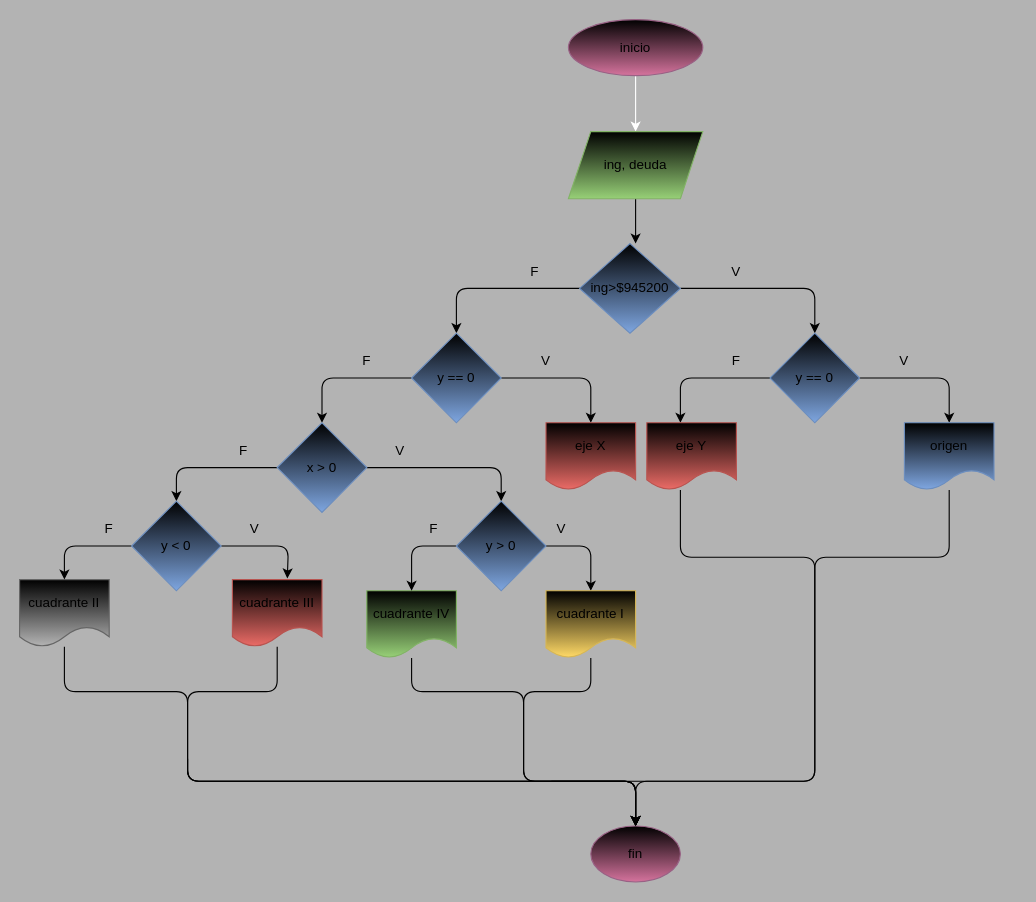
The draw.io diagram ejercicio_2/diagrama.drawio in GeorginaCarvajal/taller_condicionales, before the edit. Source tidied: cells renumbered, new cells numbered last; positions are measured from the earlier drawing's top-left corner, leaving out a move shared by most shapes. Both pictures are drawn from the tidied source at 112%, with x=0, y=0 at pixel (19, 19).
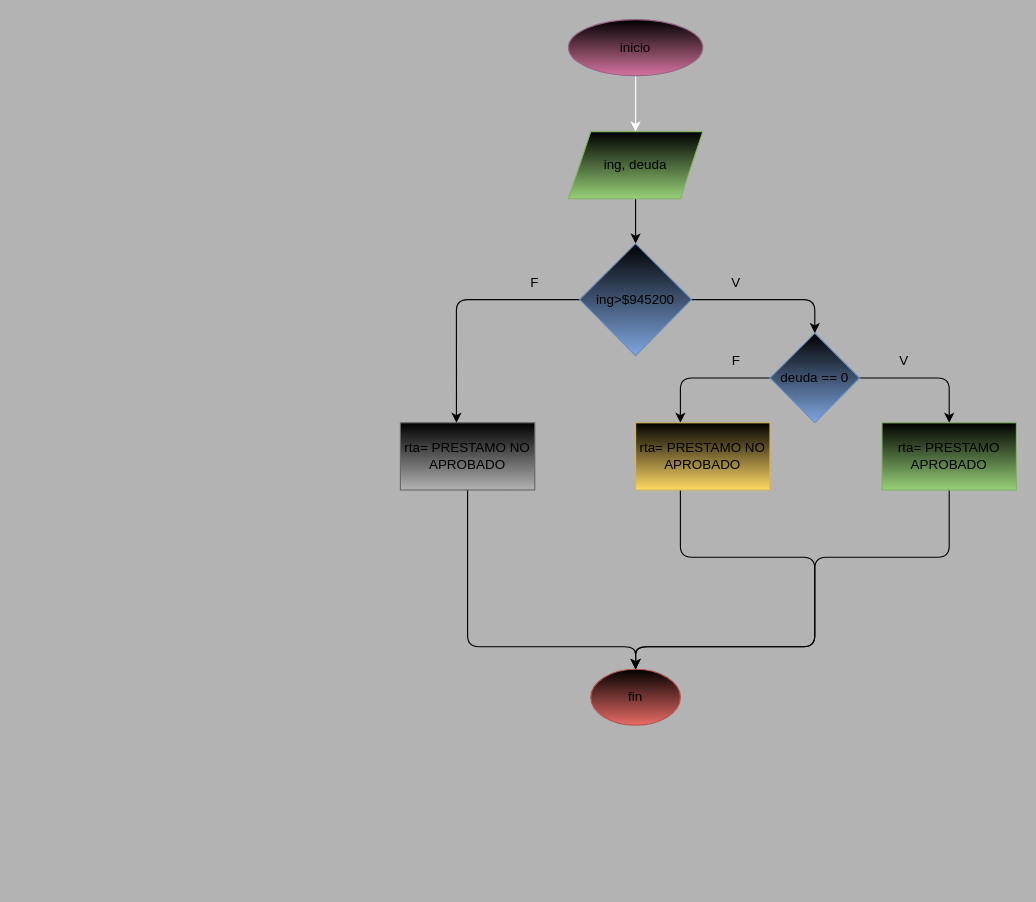
Above is the later version.

Commit message (it also covers changes not shown here):
se creó el diagrama de flujo y se agrego al README

Change to the diagram source:
```diff
@@
-    <mxCell id="6" style="edgeStyle=none;html=1;" parent="1" edge="1">
+    <mxCell id="6" style="edgeStyle=none;html=1;exitX=1;exitY=0.5;exitDx=0;exitDy=0;" parent="1" edge="1" source="26">
       <mxGeometry relative="1" as="geometry">
-        <mxPoint x="590" y="240" as="sourcePoint" />
         <mxPoint x="710" y="280" as="targetPoint" />
         <Array as="points">
-          <mxPoint x="710" y="240" />
+          <mxPoint x="710" y="250" />
         </Array>
       </mxGeometry>
     </mxCell>
-    <mxCell id="7" style="edgeStyle=none;html=1;" parent="1" edge="1">
+    <mxCell id="7" style="edgeStyle=none;html=1;exitX=0;exitY=0.5;exitDx=0;exitDy=0;entryX=0.417;entryY=0;entryDx=0;entryDy=0;entryPerimeter=0;" parent="1" edge="1" source="26" target="54">
       <mxGeometry relative="1" as="geometry">
-        <mxPoint x="510" y="240" as="sourcePoint" />
-        <mxPoint x="390" y="280" as="targetPoint" />
         <Array as="points">
-          <mxPoint x="390" y="240" />
+          <mxPoint x="390" y="250" />
         </Array>
       </mxGeometry>
     </mxCell>
     <mxCell id="8" value="F" style="text;strokeColor=none;align=center;fillColor=none;html=1;verticalAlign=middle;whiteSpace=wrap;rounded=0;" parent="1" vertex="1">
-      <mxGeometry x="430" y="210" width="60" height="30" as="geometry" />
+      <mxGeometry x="430" y="220" width="60" height="30" as="geometry" />
     </mxCell>
     <mxCell id="9" value="V" style="text;strokeColor=none;align=center;fillColor=none;html=1;verticalAlign=middle;whiteSpace=wrap;rounded=0;" parent="1" vertex="1">
-      <mxGeometry x="610" y="210" width="60" height="30" as="geometry" />
+      <mxGeometry x="610" y="220" width="60" height="30" as="geometry" />
     </mxCell>
-    <mxCell id="10" style="edgeStyle=none;html=1;" parent="1" edge="1">
-      <mxGeometry relative="1" as="geometry">
-        <mxPoint x="350" y="320" as="sourcePoint" />
-        <mxPoint x="270" y="360" as="targetPoint" />
-        <Array as="points">
-          <mxPoint x="270" y="320" />
-          <mxPoint x="270" y="360" />
-        </Array>
-      </mxGeometry>
-    </mxCell>
-    <mxCell id="11" style="edgeStyle=none;html=1;" parent="1" edge="1">
-      <mxGeometry relative="1" as="geometry">
-        <mxPoint x="430" y="320" as="sourcePoint" />
-        <mxPoint x="510" y="360" as="targetPoint" />
-        <Array as="points">
-          <mxPoint x="510" y="320" />
-        </Array>
-      </mxGeometry>
-    </mxCell>
-    <mxCell id="12" value="F" style="text;strokeColor=none;align=center;fillColor=none;html=1;verticalAlign=middle;whiteSpace=wrap;rounded=0;" parent="1" vertex="1">
-      <mxGeometry x="280" y="290" width="60" height="30" as="geometry" />
-    </mxCell>
-    <mxCell id="13" value="V" style="text;strokeColor=none;align=center;fillColor=none;html=1;verticalAlign=middle;whiteSpace=wrap;rounded=0;" parent="1" vertex="1">
-      <mxGeometry x="440" y="290" width="60" height="30" as="geometry" />
-    </mxCell>
-    <mxCell id="14" style="edgeStyle=none;html=1;exitX=0;exitY=1;exitDx=0;exitDy=0;entryX=0.5;entryY=0;entryDx=0;entryDy=0;" parent="1" edge="1" source="15" target="29">
-      <mxGeometry relative="1" as="geometry">
-        <Array as="points">
-          <mxPoint x="430" y="400" />
-        </Array>
-      </mxGeometry>
-    </mxCell>
-    <mxCell id="15" value="V" style="text;strokeColor=none;align=center;fillColor=none;html=1;verticalAlign=middle;whiteSpace=wrap;rounded=0;" parent="1" vertex="1">
-      <mxGeometry x="310" y="370" width="60" height="30" as="geometry" />
-    </mxCell>
-    <mxCell id="16" style="edgeStyle=none;html=1;entryX=0.5;entryY=0;entryDx=0;entryDy=0;" parent="1" edge="1" source="35" target="23">
+    <mxCell id="16" style="edgeStyle=none;html=1;entryX=0.5;entryY=0;entryDx=0;entryDy=0;" parent="1" edge="1" target="23">
       <mxGeometry relative="1" as="geometry">
+        <mxPoint x="830" y="420" as="sourcePoint" />
         <Array as="points">
           <mxPoint x="830" y="480" />
           <mxPoint x="710" y="480" />
-          <mxPoint x="710" y="680" />
-          <mxPoint x="470" y="680" />
-          <mxPoint x="550" y="680" />
+          <mxPoint x="710" y="560" />
+          <mxPoint x="550" y="560" />
         </Array>
       </mxGeometry>
     </mxCell>
-    <mxCell id="17" style="edgeStyle=none;html=1;entryX=0.5;entryY=0;entryDx=0;entryDy=0;exitX=0.375;exitY=1;exitDx=0;exitDy=0;exitPerimeter=0;" parent="1" edge="1" source="36" target="23">
+    <mxCell id="17" style="edgeStyle=none;html=1;entryX=0.5;entryY=0;entryDx=0;entryDy=0;exitX=0.375;exitY=1;exitDx=0;exitDy=0;exitPerimeter=0;" parent="1" edge="1" target="23">
       <mxGeometry relative="1" as="geometry">
+        <mxPoint x="590" y="420" as="sourcePoint" />
         <Array as="points">
           <mxPoint x="590" y="480" />
           <mxPoint x="710" y="480" />
-          <mxPoint x="710" y="680" />
-          <mxPoint x="550" y="680" />
+          <mxPoint x="710" y="560" />
+          <mxPoint x="550" y="560" />
         </Array>
       </mxGeometry>
     </mxCell>
-    <mxCell id="18" style="edgeStyle=none;html=1;entryX=0.5;entryY=0;entryDx=0;entryDy=0;" parent="1" edge="1" source="39" target="23">
-      <mxGeometry relative="1" as="geometry">
-        <Array as="points">
-          <mxPoint x="510" y="600" />
-          <mxPoint x="450" y="600" />
-          <mxPoint x="450" y="680" />
-          <mxPoint x="550" y="680" />
-        </Array>
-      </mxGeometry>
-    </mxCell>
-    <mxCell id="19" style="edgeStyle=none;html=1;entryX=0.5;entryY=0;entryDx=0;entryDy=0;" parent="1" edge="1" source="20" target="23">
-      <mxGeometry relative="1" as="geometry">
-        <Array as="points">
-          <mxPoint x="230" y="600" />
-          <mxPoint x="150" y="600" />
-          <mxPoint x="150" y="680" />
-          <mxPoint x="550" y="680" />
-        </Array>
-      </mxGeometry>
-    </mxCell>
-    <mxCell id="20" value="cuadrante III" style="shape=document;whiteSpace=wrap;html=1;boundedLbl=1;fillColor=#000000;gradientColor=#ea6b66;strokeColor=#b85450;" parent="1" vertex="1">
-      <mxGeometry x="190" y="500" width="80" height="60" as="geometry" />
-    </mxCell>
-    <mxCell id="21" style="edgeStyle=none;html=1;entryX=0.5;entryY=0;entryDx=0;entryDy=0;" parent="1" edge="1" source="22" target="23">
-      <mxGeometry relative="1" as="geometry">
-        <Array as="points">
-          <mxPoint x="350" y="600" />
-          <mxPoint x="450" y="600" />
-          <mxPoint x="450" y="680" />
-          <mxPoint x="550" y="680" />
-          <mxPoint x="550" y="700" />
-        </Array>
-      </mxGeometry>
-    </mxCell>
-    <mxCell id="22" value="cuadrante IV" style="shape=document;whiteSpace=wrap;html=1;boundedLbl=1;fillColor=#000000;gradientColor=#97d077;strokeColor=#82b366;" parent="1" vertex="1">
-      <mxGeometry x="310" y="510" width="80" height="60" as="geometry" />
-    </mxCell>
-    <mxCell id="23" value="fin" style="ellipse;whiteSpace=wrap;html=1;fillColor=#000000;gradientColor=#d5739d;strokeColor=#996185;" parent="1" vertex="1">
-      <mxGeometry x="510" y="720" width="80" height="50" as="geometry" />
+    <mxCell id="23" value="fin" style="ellipse;whiteSpace=wrap;html=1;fillColor=#000000;gradientColor=#ea6b66;strokeColor=#b85450;" parent="1" vertex="1">
+      <mxGeometry x="510" y="580" width="80" height="50" as="geometry" />
     </mxCell>
-    <mxCell id="24" style="edgeStyle=none;html=1;entryX=0.5;entryY=0;entryDx=0;entryDy=0;" parent="1" edge="1" target="23">
-      <mxGeometry relative="1" as="geometry">
-        <mxPoint x="150" y="660" as="sourcePoint" />
-        <Array as="points">
-          <mxPoint x="150" y="680" />
-          <mxPoint x="550" y="680" />
-        </Array>
-      </mxGeometry>
-    </mxCell>
-    <mxCell id="25" value="y == 0" style="rhombus;whiteSpace=wrap;html=1;fillColor=#000000;gradientColor=#7ea6e0;strokeColor=#6c8ebf;" parent="1" vertex="1">
-      <mxGeometry x="350" y="280" width="80" height="80" as="geometry" />
-    </mxCell>
     <mxCell id="26" value="ing&amp;gt;$945200" style="rhombus;whiteSpace=wrap;html=1;fillColor=#000000;gradientColor=#7ea6e0;strokeColor=#6c8ebf;" parent="1" vertex="1">
-      <mxGeometry x="500" y="200" width="90" height="80" as="geometry" />
+      <mxGeometry x="500" y="200" width="100" height="100" as="geometry" />
     </mxCell>
-    <mxCell id="27" style="edgeStyle=none;html=1;entryX=0.5;entryY=0;entryDx=0;entryDy=0;" parent="1" edge="1" source="29" target="39">
-      <mxGeometry relative="1" as="geometry">
-        <Array as="points">
-          <mxPoint x="510" y="470" />
-        </Array>
-      </mxGeometry>
-    </mxCell>
-    <mxCell id="28" style="edgeStyle=none;html=1;entryX=0.5;entryY=0;entryDx=0;entryDy=0;" parent="1" edge="1" source="29" target="22">
-      <mxGeometry relative="1" as="geometry">
-        <Array as="points">
-          <mxPoint x="350" y="470" />
-        </Array>
-      </mxGeometry>
-    </mxCell>
-    <mxCell id="29" value="y &amp;gt; 0" style="rhombus;whiteSpace=wrap;html=1;fillColor=#000000;gradientColor=#7ea6e0;strokeColor=#6c8ebf;" parent="1" vertex="1">
-      <mxGeometry x="390" y="430" width="80" height="80" as="geometry" />
-    </mxCell>
@@
-    <mxCell id="31" style="edgeStyle=none;html=1;entryX=0.375;entryY=0;entryDx=0;entryDy=0;entryPerimeter=0;" parent="1" edge="1" source="32" target="36">
+    <mxCell id="31" style="edgeStyle=none;html=1;entryX=0.375;entryY=0;entryDx=0;entryDy=0;entryPerimeter=0;" parent="1" edge="1" source="32">
       <mxGeometry relative="1" as="geometry">
+        <mxPoint x="590" y="360" as="targetPoint" />
         <Array as="points">
           <mxPoint x="590" y="320" />
         </Array>
       </mxGeometry>
     </mxCell>
-    <mxCell id="32" value="y == 0" style="rhombus;whiteSpace=wrap;html=1;fillColor=#000000;gradientColor=#7ea6e0;strokeColor=#6c8ebf;" parent="1" vertex="1">
+    <mxCell id="32" value="deuda == 0" style="rhombus;whiteSpace=wrap;html=1;fillColor=#000000;gradientColor=#7ea6e0;strokeColor=#6c8ebf;" parent="1" vertex="1">
       <mxGeometry x="670" y="280" width="80" height="80" as="geometry" />
     </mxCell>
-    <mxCell id="33" style="edgeStyle=none;html=1;entryX=0.5;entryY=0;entryDx=0;entryDy=0;" parent="1" edge="1" source="34" target="43">
-      <mxGeometry relative="1" as="geometry">
-        <Array as="points">
-          <mxPoint x="140" y="400" />
-        </Array>
-      </mxGeometry>
-    </mxCell>
-    <mxCell id="34" value="x &amp;gt; 0" style="rhombus;whiteSpace=wrap;html=1;fillColor=#000000;gradientColor=#7ea6e0;strokeColor=#6c8ebf;" parent="1" vertex="1">
-      <mxGeometry x="230" y="360" width="80" height="80" as="geometry" />
-    </mxCell>
-    <mxCell id="35" value="origen" style="shape=document;whiteSpace=wrap;html=1;boundedLbl=1;fillColor=#000000;gradientColor=#7ea6e0;strokeColor=#6c8ebf;" parent="1" vertex="1">
-      <mxGeometry x="790" y="360" width="80" height="60" as="geometry" />
-    </mxCell>
-    <mxCell id="36" value="eje Y" style="shape=document;whiteSpace=wrap;html=1;boundedLbl=1;fillColor=#000000;gradientColor=#ea6b66;strokeColor=#b85450;" parent="1" vertex="1">
-      <mxGeometry x="560" y="360" width="80" height="60" as="geometry" />
-    </mxCell>
-    <mxCell id="37" style="edgeStyle=none;html=1;" parent="1" edge="1" source="38">
-      <mxGeometry relative="1" as="geometry">
-        <mxPoint x="550" y="720" as="targetPoint" />
-        <Array as="points">
-          <mxPoint x="40" y="600" />
-          <mxPoint x="150" y="600" />
-          <mxPoint x="150" y="680" />
-          <mxPoint x="550" y="680" />
-        </Array>
-      </mxGeometry>
-    </mxCell>
-    <mxCell id="38" value="cuadrante II" style="shape=document;whiteSpace=wrap;html=1;boundedLbl=1;fillColor=#000000;gradientColor=#b3b3b3;strokeColor=#666666;" parent="1" vertex="1">
-      <mxGeometry y="500" width="80" height="60" as="geometry" />
-    </mxCell>
-    <mxCell id="39" value="cuadrante I" style="shape=document;whiteSpace=wrap;html=1;boundedLbl=1;fillColor=#000000;gradientColor=#ffd966;strokeColor=#d6b656;" parent="1" vertex="1">
-      <mxGeometry x="470" y="510" width="80" height="60" as="geometry" />
-    </mxCell>
-    <mxCell id="40" value="eje X" style="shape=document;whiteSpace=wrap;html=1;boundedLbl=1;fillColor=#000000;gradientColor=#ea6b66;strokeColor=#b85450;" parent="1" vertex="1">
-      <mxGeometry x="470" y="360" width="80" height="60" as="geometry" />
-    </mxCell>
-    <mxCell id="41" style="edgeStyle=none;html=1;entryX=0.613;entryY=-0.017;entryDx=0;entryDy=0;entryPerimeter=0;" parent="1" edge="1" source="43" target="20">
-      <mxGeometry relative="1" as="geometry">
-        <Array as="points">
-          <mxPoint x="240" y="470" />
-        </Array>
-      </mxGeometry>
-    </mxCell>
-    <mxCell id="42" style="edgeStyle=none;html=1;entryX=0.5;entryY=0;entryDx=0;entryDy=0;" parent="1" edge="1" source="43" target="38">
-      <mxGeometry relative="1" as="geometry">
-        <Array as="points">
-          <mxPoint x="40" y="470" />
-        </Array>
-      </mxGeometry>
-    </mxCell>
-    <mxCell id="43" value="y &amp;lt; 0" style="rhombus;whiteSpace=wrap;html=1;fillColor=#000000;gradientColor=#7ea6e0;strokeColor=#6c8ebf;" parent="1" vertex="1">
-      <mxGeometry x="100" y="430" width="80" height="80" as="geometry" />
-    </mxCell>
-    <mxCell id="44" value="F" style="text;strokeColor=none;align=center;fillColor=none;html=1;verticalAlign=middle;whiteSpace=wrap;rounded=0;" parent="1" vertex="1">
-      <mxGeometry x="170" y="370" width="60" height="30" as="geometry" />
-    </mxCell>
@@
-    <mxCell id="47" value="F" style="text;strokeColor=none;align=center;fillColor=none;html=1;verticalAlign=middle;whiteSpace=wrap;rounded=0;" parent="1" vertex="1">
-      <mxGeometry x="50" y="440" width="60" height="30" as="geometry" />
-    </mxCell>
-    <mxCell id="48" value="V" style="text;strokeColor=none;align=center;fillColor=none;html=1;verticalAlign=middle;whiteSpace=wrap;rounded=0;" parent="1" vertex="1">
-      <mxGeometry x="180" y="440" width="60" height="30" as="geometry" />
-    </mxCell>
-    <mxCell id="49" value="F" style="text;strokeColor=none;align=center;fillColor=none;html=1;verticalAlign=middle;whiteSpace=wrap;rounded=0;" parent="1" vertex="1">
-      <mxGeometry x="340" y="440" width="60" height="30" as="geometry" />
-    </mxCell>
-    <mxCell id="50" value="V" style="text;strokeColor=none;align=center;fillColor=none;html=1;verticalAlign=middle;whiteSpace=wrap;rounded=0;" parent="1" vertex="1">
-      <mxGeometry x="454" y="440" width="60" height="30" as="geometry" />
-    </mxCell>
+    <mxCell id="51" value="rta= PRESTAMO APROBADO" style="whiteSpace=wrap;html=1;fillColor=#000000;strokeColor=#82b366;gradientColor=#97d077;" parent="1" vertex="1">
+      <mxGeometry x="770" y="360" width="120" height="60" as="geometry" />
+    </mxCell>
+    <mxCell id="52" value="rta= PRESTAMO NO APROBADO" style="whiteSpace=wrap;html=1;fillColor=#000000;strokeColor=#d6b656;gradientColor=#ffd966;" parent="1" vertex="1">
+      <mxGeometry x="550" y="360" width="120" height="60" as="geometry" />
+    </mxCell>
+    <mxCell id="53" style="edgeStyle=none;html=1;entryX=0.5;entryY=0;entryDx=0;entryDy=0;" parent="1" edge="1" source="54" target="23">
+      <mxGeometry relative="1" as="geometry">
+        <Array as="points">
+          <mxPoint x="400" y="560" />
+          <mxPoint x="470" y="560" />
+          <mxPoint x="550" y="560" />
+        </Array>
+      </mxGeometry>
+    </mxCell>
+    <mxCell id="54" value="rta= PRESTAMO NO APROBADO" style="whiteSpace=wrap;html=1;fillColor=#000000;strokeColor=#666666;gradientColor=#b3b3b3;" parent="1" vertex="1">
+      <mxGeometry x="340" y="360" width="120" height="60" as="geometry" />
+    </mxCell>
```
